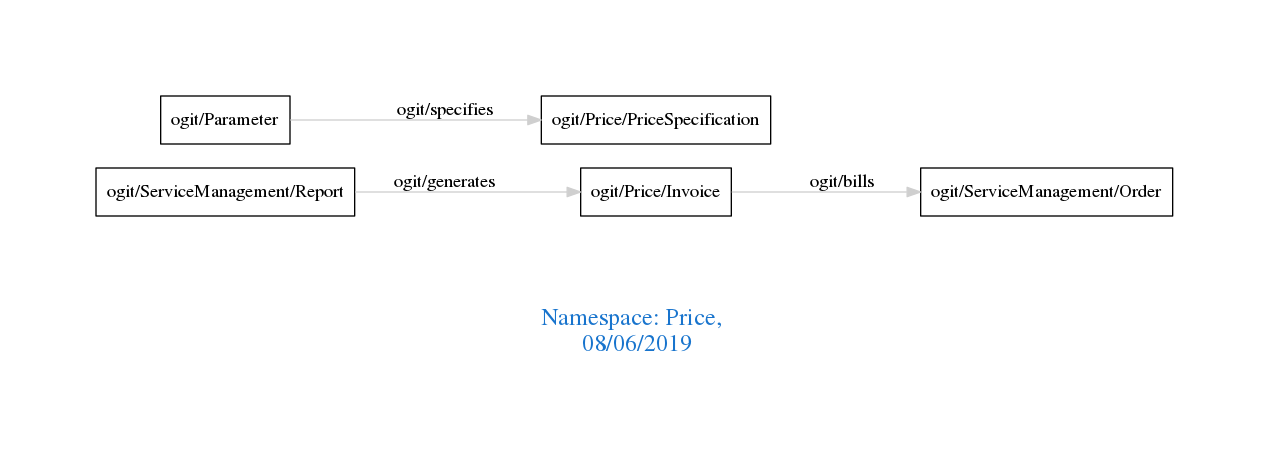
Above: downloads/Price.png in arago/OGIT (Graphviz), before the change. Its source is kept beside it as downloads/Price.dot.
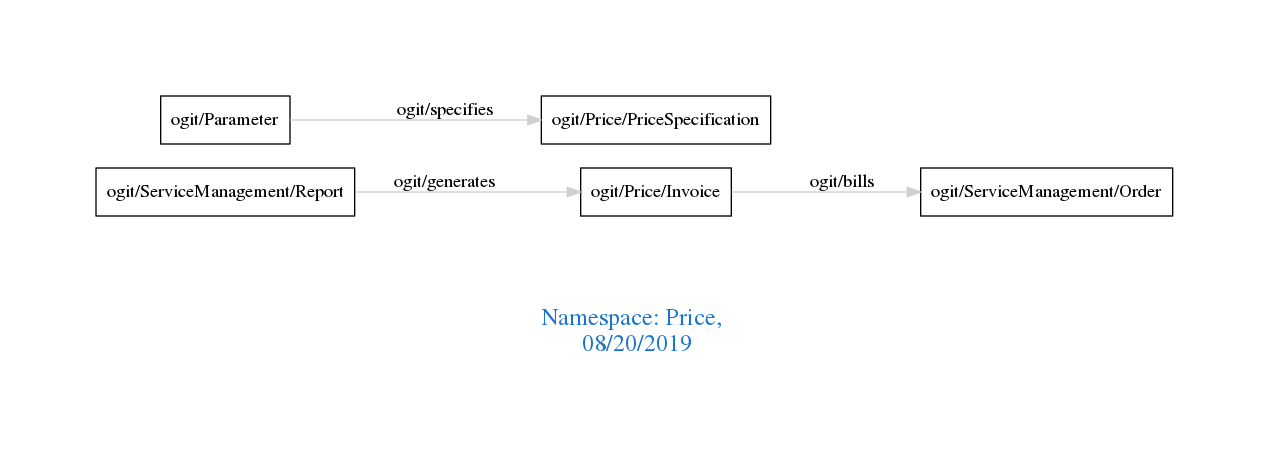
The same diagram one commit later.

The edit, as a diff of the source:
```diff
@@ -1,7 +1,7 @@
 digraph OGIT_ontology {
  graph [ rankdir= LR,pad=1
 fontsize = 18,
-fontcolor= dodgerblue3,label = "\n\n\nNamespace: Price, \n 08/06/2019"];
+fontcolor= dodgerblue3,label = "\n\n\nNamespace: Price, \n 08/20/2019"];
 node[shape=polygon];
 edge [  color="gray81"];
 
```
